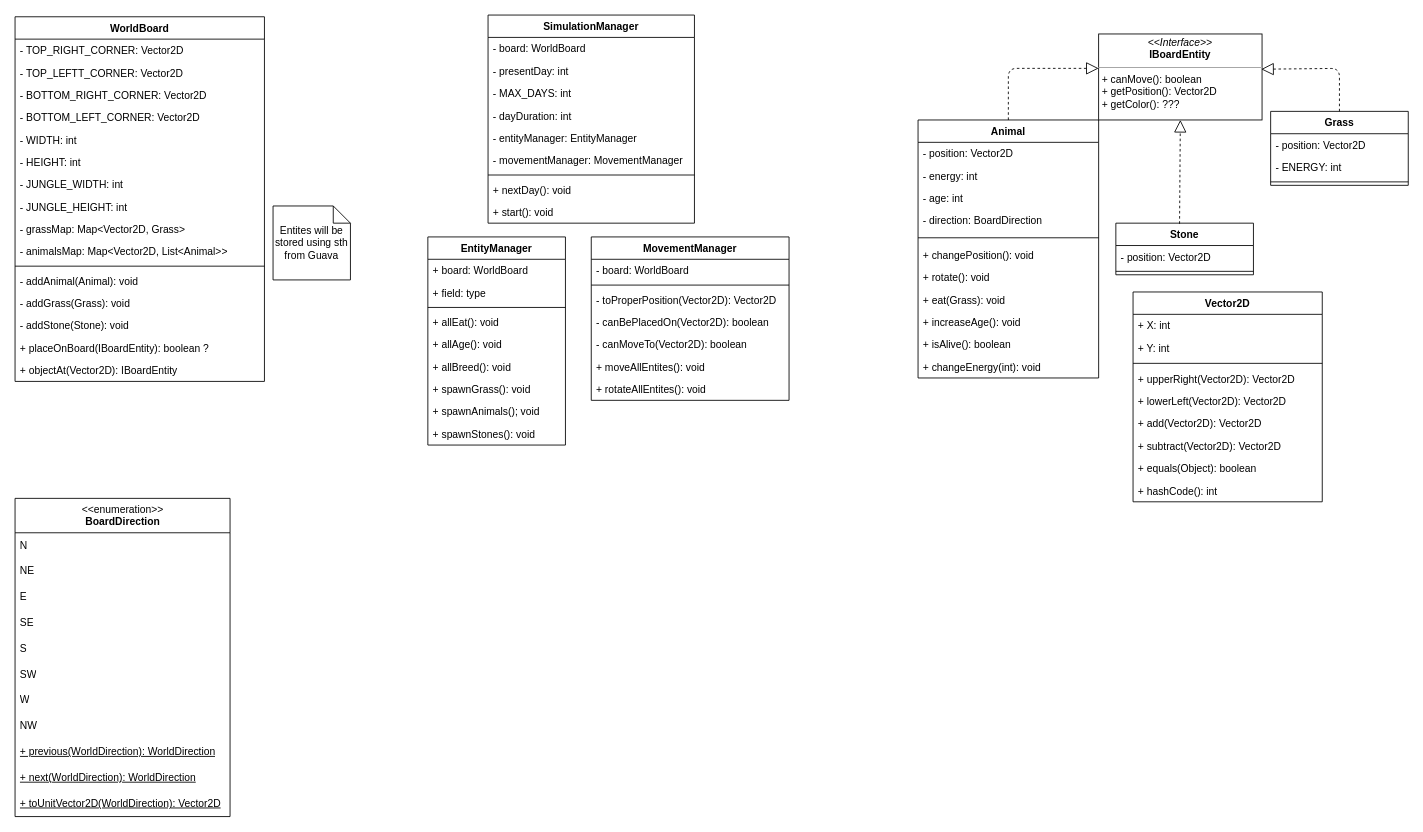
This is Evolutionary Generator Remastered - class scheme.drawio from jakubsolecki/Evolutionary-Generator-Remastered, a draw.io file, before an edit. Source tidied: cells renumbered, new cells numbered last; positions are measured from the earlier drawing's top-left corner, leaving out a move shared by most shapes. Both pictures are drawn from the tidied source at 86%, with x=0, y=0 at pixel (15, 15).
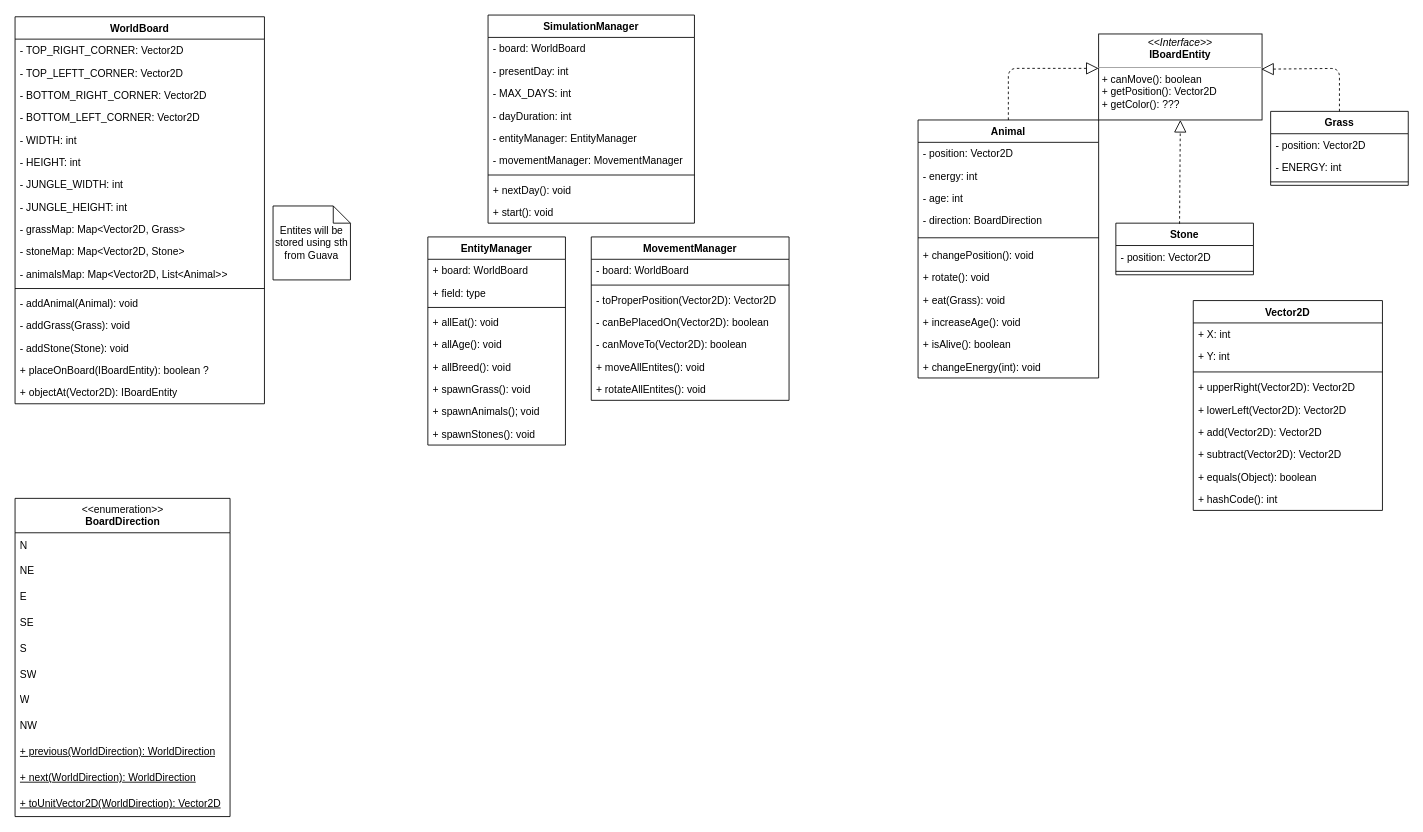
After the change.

The edit, as a diff of the source:
```diff
@@
     <mxCell id="14" value="Vector2D" style="swimlane;fontStyle=1;align=center;verticalAlign=top;horizontal=1;startSize=26;" parent="1" vertex="1">
-      <mxGeometry x="1300" y="322" width="220" height="244" as="geometry" />
+      <mxGeometry x="1370" y="332" width="220" height="244" as="geometry" />
     </mxCell>
@@
     <mxCell id="38" value="WorldBoard" style="swimlane;fontStyle=1;align=center;verticalAlign=top;horizontal=1;startSize=26;" parent="1" vertex="1">
-      <mxGeometry y="2" width="290" height="424" as="geometry" />
+      <mxGeometry y="2" width="290" height="450" as="geometry" />
     </mxCell>
@@
+    <mxCell id="93" value="- stoneMap: Map&lt;Vector2D, Stone&gt;" style="text;strokeColor=none;fillColor=none;align=left;verticalAlign=top;spacingLeft=4;spacingRight=4;overflow=hidden;" parent="38" vertex="1">
+      <mxGeometry y="260" width="290" height="26" as="geometry" />
+    </mxCell>
     <mxCell id="48" value="- animalsMap: Map&lt;Vector2D, List&lt;Animal&gt;&gt;&#10;" style="text;strokeColor=none;fillColor=none;align=left;verticalAlign=top;spacingLeft=4;spacingRight=4;overflow=hidden;" parent="38" vertex="1">
-      <mxGeometry y="260" width="290" height="26" as="geometry" />
+      <mxGeometry y="286" width="290" height="26" as="geometry" />
     </mxCell>
     <mxCell id="49" style="line;strokeWidth=1;fillColor=none;align=left;verticalAlign=middle;spacingTop=-1;spacingLeft=3;spacingRight=3;labelPosition=right;" parent="38" vertex="1">
-      <mxGeometry y="286" width="290" height="8" as="geometry" />
+      <mxGeometry y="312" width="290" height="8" as="geometry" />
     </mxCell>
     <mxCell id="50" value="- addAnimal(Animal): void" style="text;strokeColor=none;fillColor=none;align=left;verticalAlign=top;spacingLeft=4;spacingRight=4;overflow=hidden;" parent="38" vertex="1">
-      <mxGeometry y="294" width="290" height="26" as="geometry" />
+      <mxGeometry y="320" width="290" height="26" as="geometry" />
     </mxCell>
     <mxCell id="51" value="- addGrass(Grass): void" style="text;strokeColor=none;fillColor=none;align=left;verticalAlign=top;spacingLeft=4;spacingRight=4;overflow=hidden;" parent="38" vertex="1">
-      <mxGeometry y="320" width="290" height="26" as="geometry" />
+      <mxGeometry y="346" width="290" height="26" as="geometry" />
     </mxCell>
     <mxCell id="52" value="- addStone(Stone): void" style="text;strokeColor=none;fillColor=none;align=left;verticalAlign=top;spacingLeft=4;spacingRight=4;overflow=hidden;" parent="38" vertex="1">
-      <mxGeometry y="346" width="290" height="26" as="geometry" />
+      <mxGeometry y="372" width="290" height="26" as="geometry" />
     </mxCell>
     <mxCell id="53" value="+ placeOnBoard(IBoardEntity): boolean ?" style="text;strokeColor=none;fillColor=none;align=left;verticalAlign=top;spacingLeft=4;spacingRight=4;overflow=hidden;" parent="38" vertex="1">
-      <mxGeometry y="372" width="290" height="26" as="geometry" />
+      <mxGeometry y="398" width="290" height="26" as="geometry" />
     </mxCell>
     <mxCell id="54" value="+ objectAt(Vector2D): IBoardEntity" style="text;strokeColor=none;fillColor=none;align=left;verticalAlign=top;spacingLeft=4;spacingRight=4;overflow=hidden;" parent="38" vertex="1">
-      <mxGeometry y="398" width="290" height="26" as="geometry" />
+      <mxGeometry y="424" width="290" height="26" as="geometry" />
     </mxCell>
```
